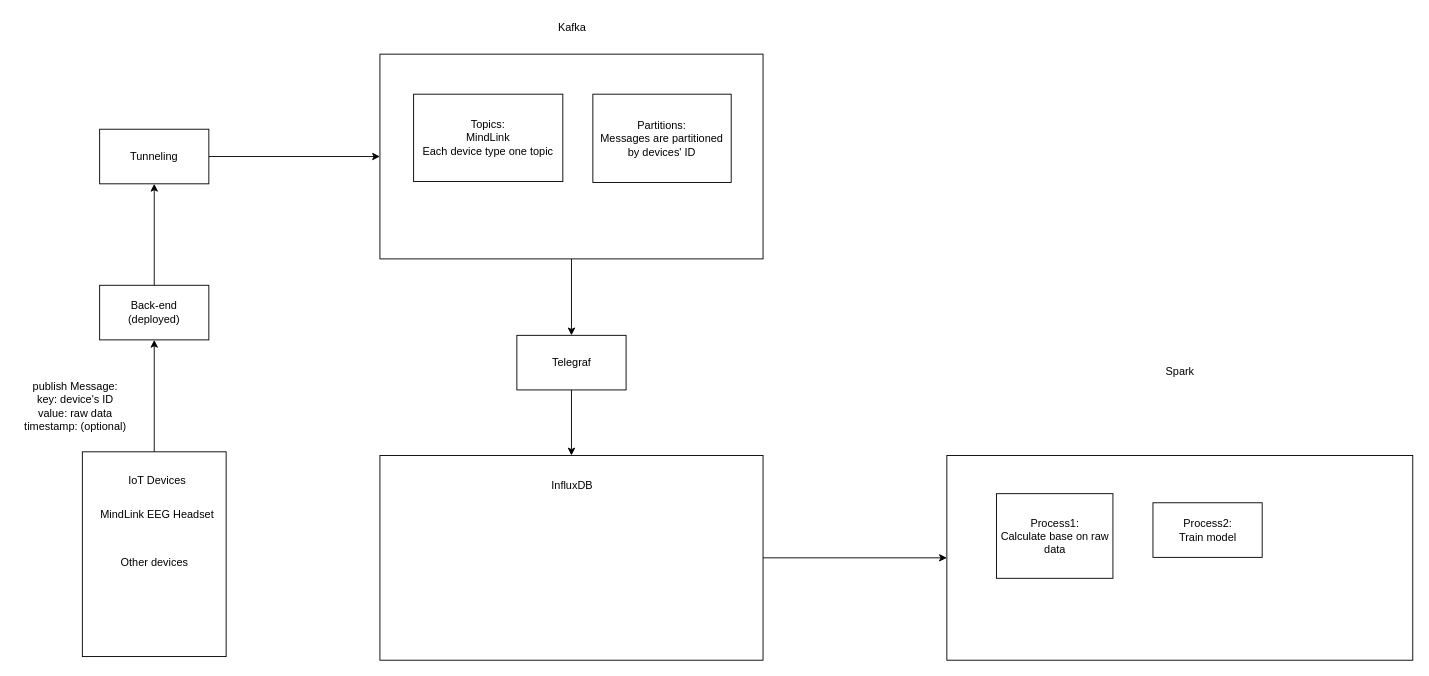
This is page "Page-2" (2 of 2) of Data_Flow.drawio from DuyPh4m/DATN, a draw.io file, before an edit. Source tidied: cells renumbered, new cells numbered last; positions are measured from the earlier drawing's top-left corner, leaving out a move shared by most shapes. Both pictures are drawn from the tidied source at 91%, with x=0, y=0 at pixel (15, 15).
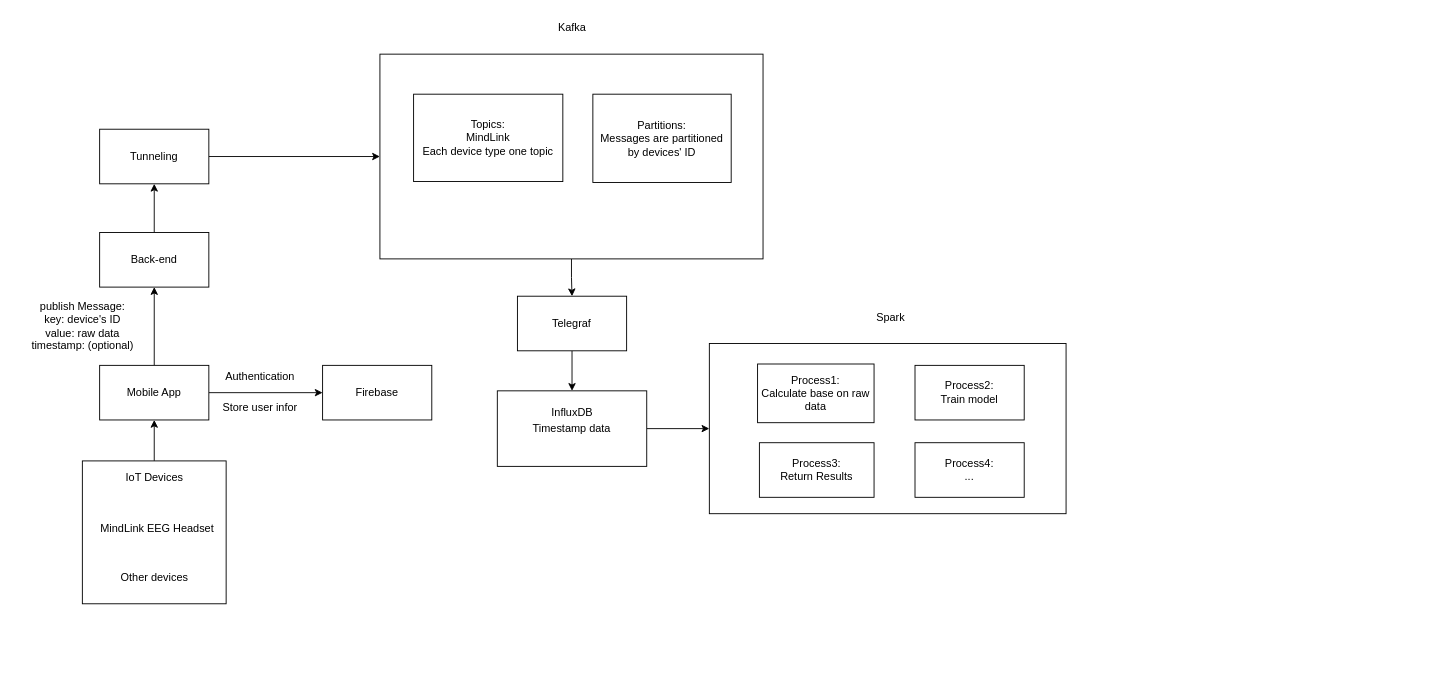
The same diagram, later.

Change to the diagram source:
```diff
@@
-    <mxCell id="2" style="edgeStyle=orthogonalEdgeStyle;rounded=0;jettySize=auto;html=1;entryX=0.5;entryY=1;entryDx=0;entryDy=0;" parent="1" edge="1" source="3" target="22">
+    <mxCell id="2" style="edgeStyle=orthogonalEdgeStyle;rounded=0;jettySize=auto;html=1;entryX=0.5;entryY=1;entryDx=0;entryDy=0;" parent="1" edge="1" source="3" target="28">
       <mxGeometry relative="1" as="geometry" />
     </mxCell>
     <mxCell id="3" style="rounded=0;whiteSpace=wrap;html=1;" parent="1" vertex="1">
-      <mxGeometry x="73" y="479" width="158" height="225" as="geometry" />
+      <mxGeometry x="73" y="489" width="158" height="157" as="geometry" />
     </mxCell>
@@
     <mxCell id="9" value="MindLink EEG Headset" style="text;html=1;align=center;verticalAlign=middle;strokeColor=none;fillColor=none;" parent="1" vertex="1">
-      <mxGeometry x="84" y="535" width="142" height="26" as="geometry" />
+      <mxGeometry x="84" y="551" width="142" height="26" as="geometry" />
     </mxCell>
     <mxCell id="10" value="Other devices" style="text;html=1;align=center;verticalAlign=middle;strokeColor=none;fillColor=none;" parent="1" vertex="1">
-      <mxGeometry x="106" y="588" width="92" height="26" as="geometry" />
+      <mxGeometry x="106" y="604" width="92" height="26" as="geometry" />
     </mxCell>
     <mxCell id="11" value="publish Message: &lt;br&gt;key: device's ID&lt;br&gt;value: raw data&lt;br&gt;timestamp: (optional)" style="text;html=1;align=center;verticalAlign=middle;strokeColor=none;fillColor=none;" parent="1" vertex="1">
-      <mxGeometry y="394" width="130" height="70" as="geometry" />
+      <mxGeometry x="8" y="306" width="130" height="70" as="geometry" />
     </mxCell>
     <mxCell id="12" style="rounded=0;whiteSpace=wrap;html=1;" parent="1" vertex="1">
-      <mxGeometry x="1023" y="483" width="512" height="225" as="geometry" />
+      <mxGeometry x="762" y="360" width="392" height="187" as="geometry" />
     </mxCell>
     <mxCell id="13" value="Spark" style="text;html=1;align=center;verticalAlign=middle;strokeColor=none;fillColor=none;" parent="1" vertex="1">
-      <mxGeometry x="1254.5" y="378" width="49" height="26" as="geometry" />
+      <mxGeometry x="936" y="319" width="49" height="26" as="geometry" />
     </mxCell>
     <mxCell id="14" value="IoT Devices" style="text;html=1;align=center;verticalAlign=middle;strokeColor=none;fillColor=none;" parent="1" vertex="1">
-      <mxGeometry x="115" y="498" width="80" height="26" as="geometry" />
+      <mxGeometry x="112" y="495" width="80" height="26" as="geometry" />
     </mxCell>
@@
     <mxCell id="17" value="Process1:&lt;br&gt;Calculate base on raw data" style="whiteSpace=wrap;html=1;" parent="1" vertex="1">
-      <mxGeometry x="1077.5" y="525" width="128" height="93" as="geometry" />
+      <mxGeometry x="815" y="382.5" width="128" height="64.5" as="geometry" />
     </mxCell>
     <mxCell id="18" value="Process2:&lt;br&gt;Train model" style="whiteSpace=wrap;html=1;" parent="1" vertex="1">
-      <mxGeometry x="1249.5" y="535" width="120" height="60" as="geometry" />
+      <mxGeometry x="988" y="384" width="120" height="60" as="geometry" />
     </mxCell>
-    <mxCell id="19" style="rounded=0;whiteSpace=wrap;html=1;" parent="1" vertex="1">
-      <mxGeometry x="400" y="483" width="421" height="225" as="geometry" />
+    <mxCell id="19" value="Timestamp data" style="rounded=0;whiteSpace=wrap;html=1;" parent="1" vertex="1">
+      <mxGeometry x="529" y="412" width="164.2" height="83" as="geometry" />
     </mxCell>
     <mxCell id="20" value="InfluxDB" style="text;html=1;align=center;verticalAlign=middle;strokeColor=none;fillColor=none;" parent="1" vertex="1">
-      <mxGeometry x="579" y="503" width="63" height="26" as="geometry" />
+      <mxGeometry x="579" y="423" width="63" height="26" as="geometry" />
     </mxCell>
@@
-    <mxCell id="22" value="Back-end&lt;br&gt;(deployed)" style="whiteSpace=wrap;html=1;" parent="1" vertex="1">
-      <mxGeometry x="92" y="296" width="120" height="60" as="geometry" />
+    <mxCell id="22" value="Back-end" style="whiteSpace=wrap;html=1;" parent="1" vertex="1">
+      <mxGeometry x="92" y="238" width="120" height="60" as="geometry" />
     </mxCell>
@@
     <mxCell id="25" value="Telegraf" style="whiteSpace=wrap;html=1;" parent="1" vertex="1">
-      <mxGeometry x="550.5" y="351" width="120" height="60" as="geometry" />
+      <mxGeometry x="551.1" y="308" width="120" height="60" as="geometry" />
     </mxCell>
+    <mxCell id="26" style="edgeStyle=orthogonalEdgeStyle;rounded=0;jettySize=auto;html=1;exitX=0.5;exitY=0;exitDx=0;exitDy=0;entryX=0.5;entryY=1;entryDx=0;entryDy=0;" parent="1" edge="1" source="28" target="22">
+      <mxGeometry relative="1" as="geometry" />
+    </mxCell>
+    <mxCell id="27" style="edgeStyle=orthogonalEdgeStyle;rounded=0;jettySize=auto;html=1;exitX=1;exitY=0.5;exitDx=0;exitDy=0;entryX=0;entryY=0.5;entryDx=0;entryDy=0;" parent="1" edge="1" source="28" target="29">
+      <mxGeometry relative="1" as="geometry" />
+    </mxCell>
+    <mxCell id="28" value="Mobile App" style="whiteSpace=wrap;html=1;" parent="1" vertex="1">
+      <mxGeometry x="92" y="384" width="120" height="60" as="geometry" />
+    </mxCell>
+    <mxCell id="29" value="Firebase" style="whiteSpace=wrap;html=1;" parent="1" vertex="1">
+      <mxGeometry x="337" y="384" width="120" height="60" as="geometry" />
+    </mxCell>
+    <mxCell id="30" value="Authentication" style="text;html=1;align=center;verticalAlign=middle;strokeColor=none;fillColor=none;" parent="1" vertex="1">
+      <mxGeometry x="221" y="384" width="94" height="26" as="geometry" />
+    </mxCell>
+    <mxCell id="31" value="Store user infor" style="text;html=1;align=center;verticalAlign=middle;strokeColor=none;fillColor=none;" parent="1" vertex="1">
+      <mxGeometry x="218" y="418" width="100" height="26" as="geometry" />
+    </mxCell>
+    <mxCell id="32" value="&lt;div&gt;Process3:&lt;/div&gt;&lt;div&gt;Return Results&lt;br&gt;&lt;/div&gt;" style="whiteSpace=wrap;html=1;" parent="1" vertex="1">
+      <mxGeometry x="817" y="469" width="126" height="60" as="geometry" />
+    </mxCell>
+    <mxCell id="33" value="&lt;div&gt;Process4:&lt;/div&gt;&lt;div&gt;...&lt;br&gt;&lt;/div&gt;" style="whiteSpace=wrap;html=1;" parent="1" vertex="1">
+      <mxGeometry x="988" y="469" width="120" height="60" as="geometry" />
+    </mxCell>
```
